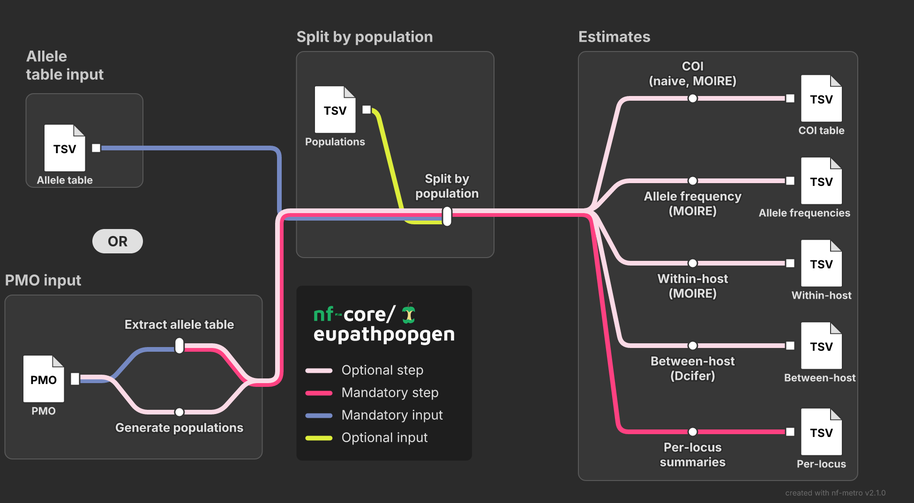
Earlier version of the Mermaid export assets/eupathpopgen_metromap.png (PlasmoGenEpi/eupathpopgen). Its source is kept beside it as assets/eupathpopgen_metromap.mmd.
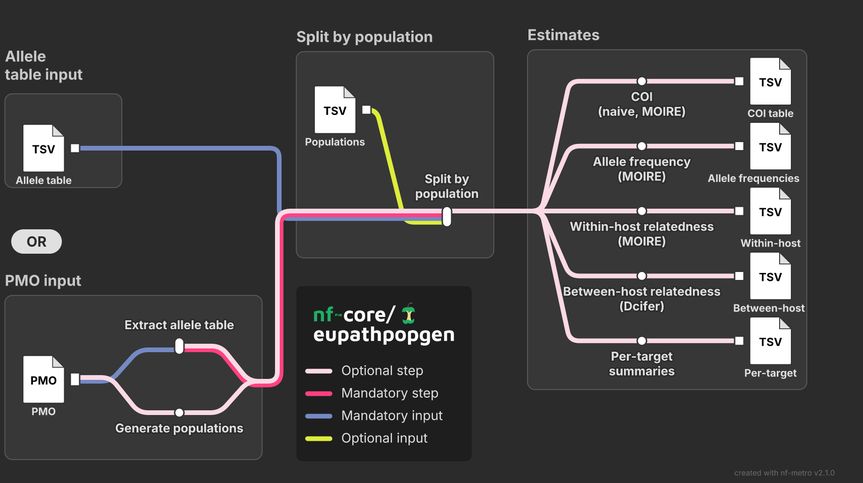
The same file after the commit.

Commit message:
Condense format of metromap

The edit, as a diff of the source:
```diff
@@ -23,9 +23,9 @@
     subgraph estimates [Estimates]
         coi[COI\n(naive, MOIRE)]
         af[Allele frequency\n(MOIRE)]
-        within[Within-host\n(MOIRE)]
-        between[Between-host\n(Dcifer)]
-        locus[Per-locus\nsummaries]
+        within[Within-host relatedness\n(MOIRE)]
+        between[Between-host relatedness\n(Dcifer)]
+        locus[Per-target\nsummaries]
         _pad
         coi_out[ ]
         af_out[ ]
@@ -38,7 +38,7 @@
         af -->|opt| af_out
         within -->|opt| within_out
         between -->|opt| between_out
-        locus -->|step| locus_out
+        locus -->|opt| locus_out
     end
 
     extract -->|step,opt| split
@@ -49,4 +49,4 @@
     split -->|opt| af
     split -->|opt| within
     split -->|opt| between
-    split -->|step| locus
+    split -->|opt| locus
```
